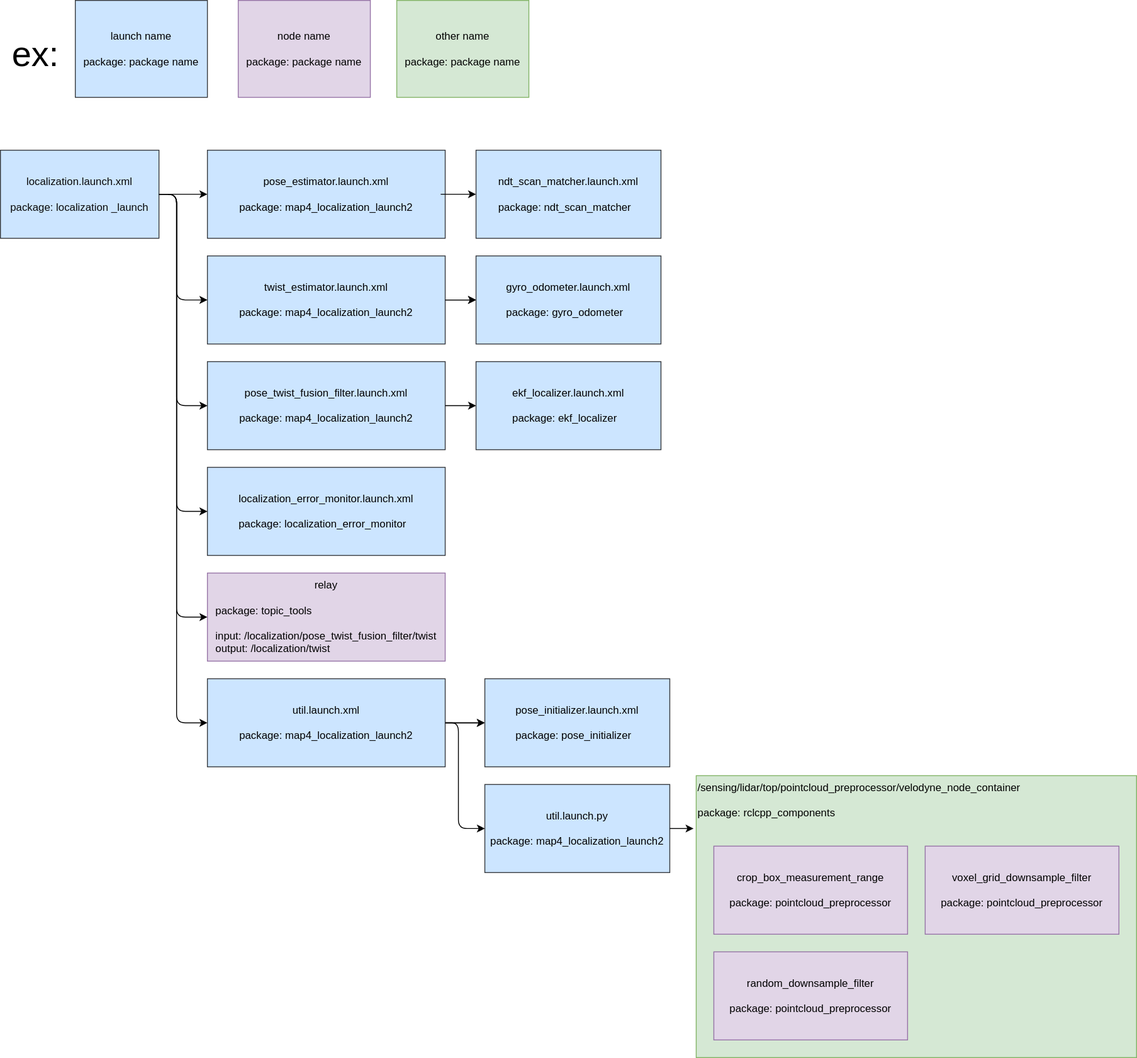
Above: launch/map4_localization_launch2/localization_launch.drawio.svg in autowarefoundation/autoware.universe (draw.io), before the change. Source tidied: cells renumbered, new cells last; positions are measured from the earlier drawing's top-left corner, leaving out a move shared by most shapes. Source of this version:
```xml
<mxGraphModel>
  <root>
    <mxCell id="0" />
    <mxCell id="1" parent="0" />
    <mxCell id="2" value="/sensing/lidar/top/pointcloud_preprocessor/velodyne_node_container&lt;br&gt;&lt;br&gt;&lt;div&gt;&lt;span&gt;package: rclcpp_components&lt;/span&gt;&lt;/div&gt;" style="rounded=0;whiteSpace=wrap;html=1;fillColor=#d5e8d4;strokeColor=#82b366;fontColor=#000000;verticalAlign=top;align=left;" parent="1" vertex="1">
      <mxGeometry x="790" y="880" width="500" height="320" as="geometry" />
    </mxCell>
    <mxCell id="3" value="localization.launch.xml&lt;br&gt;&lt;br&gt;&lt;div&gt;&lt;span&gt;package: localization&lt;/span&gt;&lt;span&gt;_launch&lt;/span&gt;&lt;/div&gt;" style="rounded=0;whiteSpace=wrap;html=1;fillColor=#cce5ff;strokeColor=#36393d;fontColor=#0A0A0A;verticalAlign=middle;align=center;" parent="1" vertex="1">
      <mxGeometry y="170" width="180" height="100" as="geometry" />
    </mxCell>
    <mxCell id="4" style="edgeStyle=orthogonalEdgeStyle;rounded=0;jettySize=auto;html=1;" parent="1" edge="1" source="6" target="30">
      <mxGeometry relative="1" as="geometry" />
    </mxCell>
    <mxCell id="5" style="edgeStyle=orthogonalEdgeStyle;rounded=0;jettySize=auto;html=1;" parent="1" edge="1" source="6" target="30">
      <mxGeometry relative="1" as="geometry" />
    </mxCell>
    <mxCell id="6" value="util.launch.xml&lt;br&gt;&lt;br&gt;&lt;div style=&quot;text-align: left&quot;&gt;package: localization_launch&lt;/div&gt;" style="rounded=0;whiteSpace=wrap;html=1;fillColor=#cce5ff;strokeColor=#36393d;fontColor=#000000;" parent="1" vertex="1">
      <mxGeometry x="235" y="770" width="270" height="100" as="geometry" />
    </mxCell>
    <mxCell id="7" style="endArrow=classic;html=1;exitX=1;exitY=0.5;exitDx=0;exitDy=0;entryX=0;entryY=0.5;entryDx=0;entryDy=0;" parent="1" edge="1" source="3" target="6">
      <mxGeometry relative="1" as="geometry">
        <Array as="points">
          <mxPoint x="200" y="220" />
          <mxPoint x="200" y="820" />
        </Array>
      </mxGeometry>
    </mxCell>
    <mxCell id="8" style="endArrow=classic;html=1;exitX=1;exitY=0.5;exitDx=0;exitDy=0;entryX=0;entryY=0.5;entryDx=0;entryDy=0;" parent="1" edge="1" source="3" target="9">
      <mxGeometry relative="1" as="geometry">
        <Array as="points">
          <mxPoint x="200" y="220" />
        </Array>
      </mxGeometry>
    </mxCell>
    <mxCell id="9" value="pose_estimator.launch.xml&lt;br&gt;&lt;br&gt;&lt;div style=&quot;text-align: left&quot;&gt;&lt;span&gt;package: localization_launch&lt;/span&gt;&lt;/div&gt;" style="rounded=0;whiteSpace=wrap;html=1;fillColor=#cce5ff;strokeColor=#36393d;fontColor=#000000;" parent="1" vertex="1">
      <mxGeometry x="235" y="170" width="270" height="100" as="geometry" />
    </mxCell>
    <mxCell id="10" style="edgeStyle=none;rounded=0;orthogonalLoop=1;jettySize=auto;html=1;entryX=1;entryY=0.5;entryDx=0;entryDy=0;" parent="1" edge="1">
      <mxGeometry relative="1" as="geometry">
        <mxPoint x="1200" y="605" as="sourcePoint" />
        <mxPoint x="1200" y="605" as="targetPoint" />
      </mxGeometry>
    </mxCell>
    <mxCell id="11" value="launch name&lt;br&gt;&lt;br&gt;&lt;div style=&quot;text-align: left&quot;&gt;&lt;span&gt;package: package name&lt;/span&gt;&lt;/div&gt;" style="rounded=0;whiteSpace=wrap;html=1;fillColor=#cce5ff;strokeColor=#36393d;fontColor=#000000;" parent="1" vertex="1">
      <mxGeometry x="85" width="150" height="110" as="geometry" />
    </mxCell>
    <mxCell id="12" value="ex:" style="text;html=1;strokeColor=none;fillColor=none;align=center;verticalAlign=middle;whiteSpace=wrap;rounded=0;fontSize=40;" parent="1" vertex="1">
      <mxGeometry x="20" y="50" width="40" height="20" as="geometry" />
    </mxCell>
    <mxCell id="13" value="node name&lt;br&gt;&lt;br&gt;&lt;div style=&quot;text-align: left&quot;&gt;&lt;span&gt;package: package name&lt;/span&gt;&lt;/div&gt;" style="rounded=0;whiteSpace=wrap;html=1;fillColor=#e1d5e7;strokeColor=#9673a6;fontColor=#000000;" parent="1" vertex="1">
      <mxGeometry x="270" width="150" height="110" as="geometry" />
    </mxCell>
    <mxCell id="14" value="other name&lt;br&gt;&lt;br&gt;&lt;div style=&quot;text-align: left&quot;&gt;&lt;span&gt;package: package name&lt;/span&gt;&lt;/div&gt;" style="rounded=0;whiteSpace=wrap;html=1;fillColor=#d5e8d4;strokeColor=#82b366;fontColor=#000000;" parent="1" vertex="1">
      <mxGeometry x="450" width="150" height="110" as="geometry" />
    </mxCell>
    <mxCell id="15" style="edgeStyle=orthogonalEdgeStyle;rounded=0;jettySize=auto;html=1;" parent="1" edge="1" source="16" target="26">
      <mxGeometry relative="1" as="geometry" />
    </mxCell>
    <mxCell id="16" value="twist_estimator.launch.xml&lt;br&gt;&lt;br&gt;&lt;div style=&quot;text-align: left&quot;&gt;&lt;span&gt;package: localization_launch&lt;/span&gt;&lt;/div&gt;" style="rounded=0;whiteSpace=wrap;html=1;fillColor=#cce5ff;strokeColor=#36393d;fontColor=#000000;" parent="1" vertex="1">
      <mxGeometry x="235" y="290" width="270" height="100" as="geometry" />
    </mxCell>
    <mxCell id="17" style="endArrow=classic;html=1;exitX=1;exitY=0.5;exitDx=0;exitDy=0;entryX=0;entryY=0.5;entryDx=0;entryDy=0;" parent="1" edge="1" source="3" target="16">
      <mxGeometry relative="1" as="geometry">
        <Array as="points">
          <mxPoint x="200" y="220" />
          <mxPoint x="200" y="340" />
        </Array>
      </mxGeometry>
    </mxCell>
    <mxCell id="18" value="pose_twist_fusion_filter.launch.xml&lt;br&gt;&lt;br&gt;&lt;div style=&quot;text-align: left&quot;&gt;&lt;span&gt;package: localization_launch&lt;/span&gt;&lt;/div&gt;" style="rounded=0;whiteSpace=wrap;html=1;fillColor=#cce5ff;strokeColor=#36393d;fontColor=#000000;" parent="1" vertex="1">
      <mxGeometry x="235" y="410" width="270" height="100" as="geometry" />
    </mxCell>
    <mxCell id="19" style="endArrow=classic;html=1;exitX=1;exitY=0.5;exitDx=0;exitDy=0;entryX=0;entryY=0.5;entryDx=0;entryDy=0;" parent="1" edge="1" source="3" target="18">
      <mxGeometry relative="1" as="geometry">
        <Array as="points">
          <mxPoint x="200" y="220" />
          <mxPoint x="200" y="460" />
        </Array>
      </mxGeometry>
    </mxCell>
    <mxCell id="20" value="localization_error_monitor.launch.xml&lt;br&gt;&lt;br&gt;&lt;div style=&quot;text-align: left&quot;&gt;&lt;span&gt;package: localization_error_monitor&lt;/span&gt;&lt;/div&gt;" style="rounded=0;whiteSpace=wrap;html=1;fillColor=#cce5ff;strokeColor=#36393d;fontColor=#000000;" parent="1" vertex="1">
      <mxGeometry x="235" y="530" width="270" height="100" as="geometry" />
    </mxCell>
    <mxCell id="21" style="endArrow=classic;html=1;exitX=1;exitY=0.5;exitDx=0;exitDy=0;entryX=0;entryY=0.5;entryDx=0;entryDy=0;" parent="1" edge="1" source="3" target="20">
      <mxGeometry relative="1" as="geometry">
        <Array as="points">
          <mxPoint x="200" y="220" />
          <mxPoint x="200" y="580" />
        </Array>
      </mxGeometry>
    </mxCell>
    <mxCell id="22" value="relay&lt;br&gt;&lt;br&gt;&lt;div style=&quot;text-align: left&quot;&gt;&lt;span&gt;package: topic_tools&lt;/span&gt;&lt;/div&gt;&lt;div style=&quot;text-align: left&quot;&gt;&lt;span&gt;&lt;br&gt;&lt;/span&gt;&lt;/div&gt;&lt;div style=&quot;text-align: left&quot;&gt;&lt;span&gt;input: /localization/pose_twist_fusion_filter/twist&lt;/span&gt;&lt;/div&gt;&lt;div style=&quot;text-align: left&quot;&gt;&lt;span&gt;output: /localization/twist&lt;/span&gt;&lt;/div&gt;" style="rounded=0;whiteSpace=wrap;html=1;fillColor=#e1d5e7;strokeColor=#9673a6;fontColor=#000000;" parent="1" vertex="1">
      <mxGeometry x="235" y="650" width="270" height="100" as="geometry" />
    </mxCell>
    <mxCell id="23" style="endArrow=classic;html=1;exitX=1;exitY=0.5;exitDx=0;exitDy=0;entryX=0;entryY=0.5;entryDx=0;entryDy=0;" parent="1" edge="1" source="3" target="22">
      <mxGeometry relative="1" as="geometry">
        <Array as="points">
          <mxPoint x="200" y="220" />
          <mxPoint x="200" y="700" />
        </Array>
      </mxGeometry>
    </mxCell>
    <mxCell id="24" value="ndt_scan_matcher.launch.xml&lt;br&gt;&lt;br&gt;&lt;div style=&quot;text-align: left&quot;&gt;&lt;span&gt;package: ndt_scan_matcher&lt;/span&gt;&lt;/div&gt;" style="rounded=0;whiteSpace=wrap;html=1;fillColor=#cce5ff;strokeColor=#36393d;fontColor=#000000;" parent="1" vertex="1">
      <mxGeometry x="540" y="170" width="210" height="100" as="geometry" />
    </mxCell>
    <mxCell id="25" style="endArrow=classic;html=1;exitX=0.981;exitY=0.5;exitDx=0;exitDy=0;entryX=0;entryY=0.5;entryDx=0;entryDy=0;exitPerimeter=0;" parent="1" edge="1" source="9" target="24">
      <mxGeometry relative="1" as="geometry" />
    </mxCell>
    <mxCell id="26" value="gyro_odometer.launch.xml&lt;br&gt;&lt;br&gt;&lt;div style=&quot;text-align: left&quot;&gt;&lt;span&gt;package: gyro_odometer&lt;/span&gt;&lt;/div&gt;" style="rounded=0;whiteSpace=wrap;html=1;fillColor=#cce5ff;strokeColor=#36393d;fontColor=#000000;" parent="1" vertex="1">
      <mxGeometry x="540" y="290" width="210" height="100" as="geometry" />
    </mxCell>
    <mxCell id="27" style="endArrow=classic;html=1;exitX=1;exitY=0.5;exitDx=0;exitDy=0;entryX=0;entryY=0.5;entryDx=0;entryDy=0;" parent="1" edge="1" source="16" target="26">
      <mxGeometry relative="1" as="geometry" />
    </mxCell>
    <mxCell id="28" value="ekf_localizer.launch.xml&lt;br&gt;&lt;br&gt;&lt;div style=&quot;text-align: left&quot;&gt;&lt;span&gt;package: ekf_localizer&lt;/span&gt;&lt;/div&gt;" style="rounded=0;whiteSpace=wrap;html=1;fillColor=#cce5ff;strokeColor=#36393d;fontColor=#000000;" parent="1" vertex="1">
      <mxGeometry x="540" y="410" width="210" height="100" as="geometry" />
    </mxCell>
    <mxCell id="29" style="edgeStyle=orthogonalEdgeStyle;rounded=0;jettySize=auto;html=1;exitX=1;exitY=0.5;exitDx=0;exitDy=0;" parent="1" edge="1" source="18" target="28">
      <mxGeometry relative="1" as="geometry" />
    </mxCell>
    <mxCell id="30" value="pose_initializer.launch.xml&lt;br&gt;&lt;br&gt;&lt;div style=&quot;text-align: left&quot;&gt;&lt;span&gt;package: pose_initializer&lt;/span&gt;&lt;/div&gt;" style="rounded=0;whiteSpace=wrap;html=1;fillColor=#cce5ff;strokeColor=#36393d;fontColor=#000000;" parent="1" vertex="1">
      <mxGeometry x="550" y="770" width="210" height="100" as="geometry" />
    </mxCell>
    <mxCell id="31" value="util.launch.py&lt;br&gt;&lt;br&gt;&lt;div style=&quot;text-align: left&quot;&gt;&lt;span&gt;package: localization_launch&lt;/span&gt;&lt;/div&gt;" style="rounded=0;whiteSpace=wrap;html=1;fillColor=#cce5ff;strokeColor=#36393d;fontColor=#000000;" parent="1" vertex="1">
      <mxGeometry x="550" y="890" width="210" height="100" as="geometry" />
    </mxCell>
    <mxCell id="32" style="endArrow=classic;html=1;exitX=1;exitY=0.5;exitDx=0;exitDy=0;entryX=0;entryY=0.5;entryDx=0;entryDy=0;" parent="1" edge="1" source="6" target="31">
      <mxGeometry relative="1" as="geometry">
        <Array as="points">
          <mxPoint x="520" y="820" />
          <mxPoint x="520" y="940" />
        </Array>
      </mxGeometry>
    </mxCell>
    <mxCell id="33" value="crop_box_measurement_range&lt;br&gt;&lt;br&gt;&lt;div style=&quot;text-align: left&quot;&gt;&lt;span&gt;package: pointcloud_preprocessor&lt;/span&gt;&lt;/div&gt;" style="rounded=0;whiteSpace=wrap;html=1;fillColor=#e1d5e7;strokeColor=#9673a6;fontColor=#000000;" parent="1" vertex="1">
      <mxGeometry x="810" y="960" width="220" height="100" as="geometry" />
    </mxCell>
    <mxCell id="34" value="voxel_grid_downsample_filter&lt;br&gt;&lt;br&gt;&lt;div style=&quot;text-align: left&quot;&gt;&lt;span&gt;package: pointcloud_preprocessor&lt;/span&gt;&lt;/div&gt;" style="rounded=0;whiteSpace=wrap;html=1;fillColor=#e1d5e7;strokeColor=#9673a6;fontColor=#000000;" parent="1" vertex="1">
      <mxGeometry x="1050" y="960" width="220" height="100" as="geometry" />
    </mxCell>
    <mxCell id="35" value="random_downsample_filter&lt;br&gt;&lt;br&gt;&lt;div style=&quot;text-align: left&quot;&gt;&lt;span&gt;package: pointcloud_preprocessor&lt;/span&gt;&lt;/div&gt;" style="rounded=0;whiteSpace=wrap;html=1;fillColor=#e1d5e7;strokeColor=#9673a6;fontColor=#000000;" parent="1" vertex="1">
      <mxGeometry x="810" y="1080" width="220" height="100" as="geometry" />
    </mxCell>
    <mxCell id="36" style="edgeStyle=orthogonalEdgeStyle;rounded=0;jettySize=auto;html=1;exitX=1;exitY=0.5;exitDx=0;exitDy=0;" parent="1" edge="1" source="31">
      <mxGeometry relative="1" as="geometry">
        <mxPoint x="787" y="940" as="targetPoint" />
      </mxGeometry>
    </mxCell>
  </root>
</mxGraphModel>
```
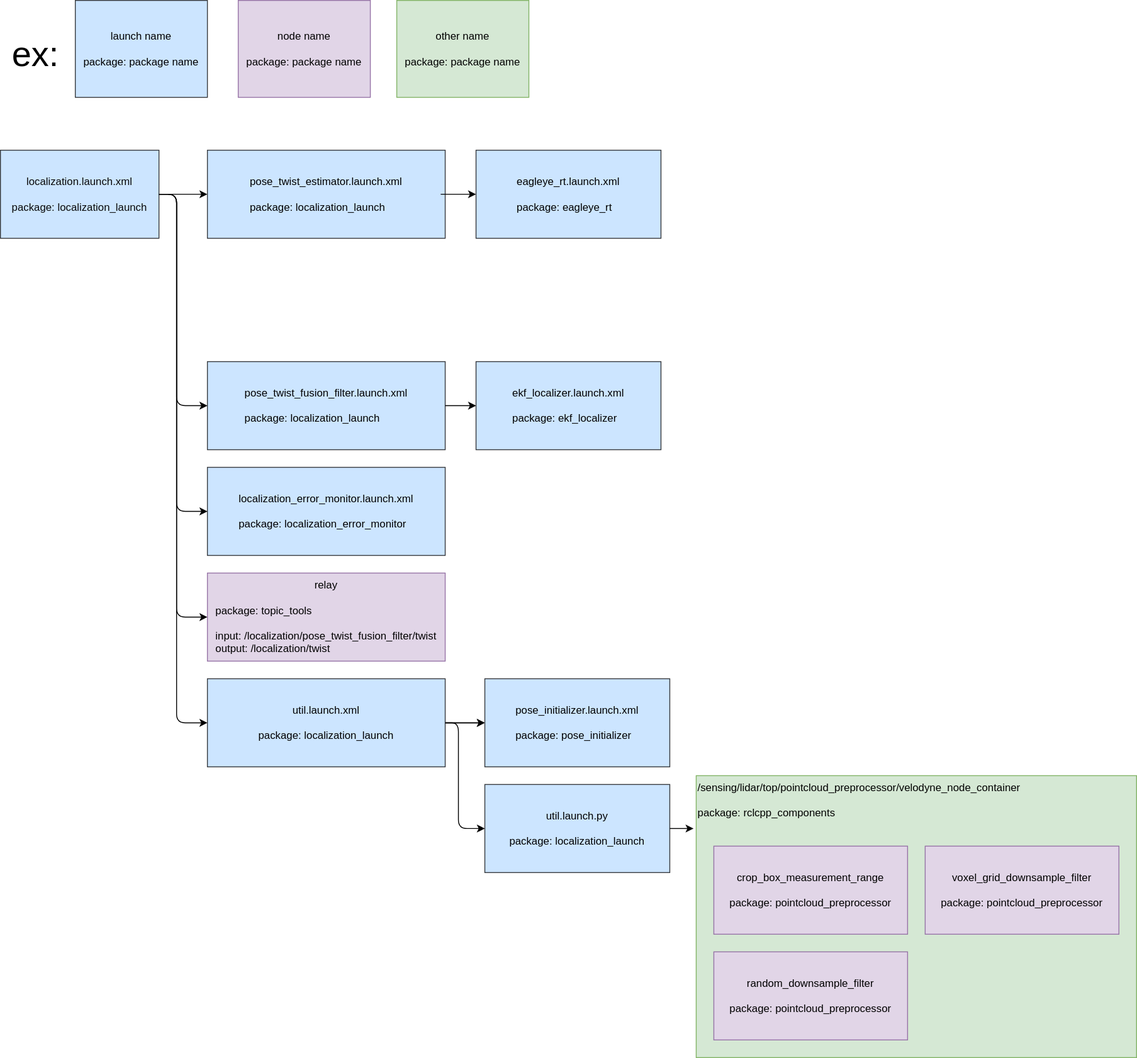
Later version of the same file.

Commit message:
Change the structure diagram in the package

What changed in the source:
```diff
@@ -32,7 +32,7 @@
         </Array>
       </mxGeometry>
     </mxCell>
-    <mxCell id="9" value="pose_estimator.launch.xml&lt;br&gt;&lt;br&gt;&lt;div style=&quot;text-align: left&quot;&gt;&lt;span&gt;package: localization_launch&lt;/span&gt;&lt;/div&gt;" style="rounded=0;whiteSpace=wrap;html=1;fillColor=#cce5ff;strokeColor=#36393d;fontColor=#000000;" parent="1" vertex="1">
+    <mxCell id="9" value="pose_twist_estimator.launch.xml&lt;br&gt;&lt;br&gt;&lt;div style=&quot;text-align: left&quot;&gt;&lt;span&gt;package: localization_launch&lt;/span&gt;&lt;/div&gt;" style="rounded=0;whiteSpace=wrap;html=1;fillColor=#cce5ff;strokeColor=#36393d;fontColor=#000000;" parent="1" vertex="1">
       <mxGeometry x="235" y="170" width="270" height="100" as="geometry" />
     </mxCell>
     <mxCell id="10" style="edgeStyle=none;rounded=0;orthogonalLoop=1;jettySize=auto;html=1;entryX=1;entryY=0.5;entryDx=0;entryDy=0;" parent="1" edge="1">
@@ -53,20 +53,6 @@
     <mxCell id="14" value="other name&lt;br&gt;&lt;br&gt;&lt;div style=&quot;text-align: left&quot;&gt;&lt;span&gt;package: package name&lt;/span&gt;&lt;/div&gt;" style="rounded=0;whiteSpace=wrap;html=1;fillColor=#d5e8d4;strokeColor=#82b366;fontColor=#000000;" parent="1" vertex="1">
       <mxGeometry x="450" width="150" height="110" as="geometry" />
     </mxCell>
-    <mxCell id="15" style="edgeStyle=orthogonalEdgeStyle;rounded=0;jettySize=auto;html=1;" parent="1" edge="1" source="16" target="26">
-      <mxGeometry relative="1" as="geometry" />
-    </mxCell>
-    <mxCell id="16" value="twist_estimator.launch.xml&lt;br&gt;&lt;br&gt;&lt;div style=&quot;text-align: left&quot;&gt;&lt;span&gt;package: localization_launch&lt;/span&gt;&lt;/div&gt;" style="rounded=0;whiteSpace=wrap;html=1;fillColor=#cce5ff;strokeColor=#36393d;fontColor=#000000;" parent="1" vertex="1">
-      <mxGeometry x="235" y="290" width="270" height="100" as="geometry" />
-    </mxCell>
-    <mxCell id="17" style="endArrow=classic;html=1;exitX=1;exitY=0.5;exitDx=0;exitDy=0;entryX=0;entryY=0.5;entryDx=0;entryDy=0;" parent="1" edge="1" source="3" target="16">
-      <mxGeometry relative="1" as="geometry">
-        <Array as="points">
-          <mxPoint x="200" y="220" />
-          <mxPoint x="200" y="340" />
-        </Array>
-      </mxGeometry>
-    </mxCell>
     <mxCell id="18" value="pose_twist_fusion_filter.launch.xml&lt;br&gt;&lt;br&gt;&lt;div style=&quot;text-align: left&quot;&gt;&lt;span&gt;package: localization_launch&lt;/span&gt;&lt;/div&gt;" style="rounded=0;whiteSpace=wrap;html=1;fillColor=#cce5ff;strokeColor=#36393d;fontColor=#000000;" parent="1" vertex="1">
       <mxGeometry x="235" y="410" width="270" height="100" as="geometry" />
     </mxCell>
@@ -100,18 +86,12 @@
         </Array>
       </mxGeometry>
     </mxCell>
-    <mxCell id="24" value="ndt_scan_matcher.launch.xml&lt;br&gt;&lt;br&gt;&lt;div style=&quot;text-align: left&quot;&gt;&lt;span&gt;package: ndt_scan_matcher&lt;/span&gt;&lt;/div&gt;" style="rounded=0;whiteSpace=wrap;html=1;fillColor=#cce5ff;strokeColor=#36393d;fontColor=#000000;" parent="1" vertex="1">
+    <mxCell id="24" value="eagleye_rt.launch.xml&lt;br&gt;&lt;br&gt;&lt;div style=&quot;text-align: left&quot;&gt;&lt;span&gt;package: eagleye_rt&lt;/span&gt;&lt;/div&gt;" style="rounded=0;whiteSpace=wrap;html=1;fillColor=#cce5ff;strokeColor=#36393d;fontColor=#000000;" parent="1" vertex="1">
       <mxGeometry x="540" y="170" width="210" height="100" as="geometry" />
     </mxCell>
     <mxCell id="25" style="endArrow=classic;html=1;exitX=0.981;exitY=0.5;exitDx=0;exitDy=0;entryX=0;entryY=0.5;entryDx=0;entryDy=0;exitPerimeter=0;" parent="1" edge="1" source="9" target="24">
       <mxGeometry relative="1" as="geometry" />
     </mxCell>
-    <mxCell id="26" value="gyro_odometer.launch.xml&lt;br&gt;&lt;br&gt;&lt;div style=&quot;text-align: left&quot;&gt;&lt;span&gt;package: gyro_odometer&lt;/span&gt;&lt;/div&gt;" style="rounded=0;whiteSpace=wrap;html=1;fillColor=#cce5ff;strokeColor=#36393d;fontColor=#000000;" parent="1" vertex="1">
-      <mxGeometry x="540" y="290" width="210" height="100" as="geometry" />
-    </mxCell>
-    <mxCell id="27" style="endArrow=classic;html=1;exitX=1;exitY=0.5;exitDx=0;exitDy=0;entryX=0;entryY=0.5;entryDx=0;entryDy=0;" parent="1" edge="1" source="16" target="26">
-      <mxGeometry relative="1" as="geometry" />
-    </mxCell>
     <mxCell id="28" value="ekf_localizer.launch.xml&lt;br&gt;&lt;br&gt;&lt;div style=&quot;text-align: left&quot;&gt;&lt;span&gt;package: ekf_localizer&lt;/span&gt;&lt;/div&gt;" style="rounded=0;whiteSpace=wrap;html=1;fillColor=#cce5ff;strokeColor=#36393d;fontColor=#000000;" parent="1" vertex="1">
       <mxGeometry x="540" y="410" width="210" height="100" as="geometry" />
     </mxCell>
```
